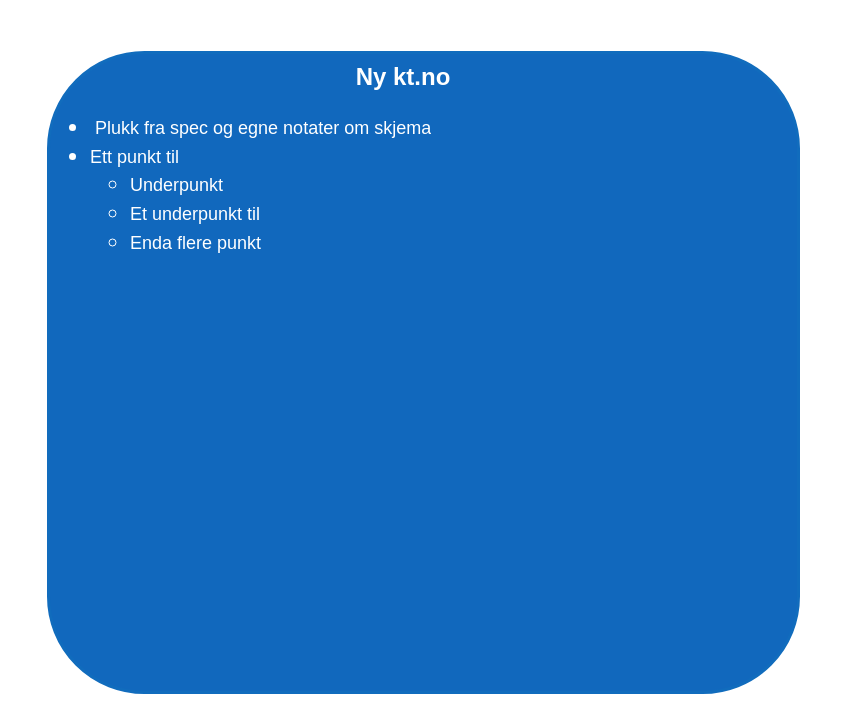
This is page "Ny kt.no" (3 of 14) of .drawio from mortenee/draw.io, a draw.io file, before an edit. Source tidied: cells renumbered, new cells numbered last; positions are measured from the earlier drawing's top-left corner, leaving out a move shared by most shapes. Both pictures are drawn from the tidied source at 100%, with x=0, y=0 at pixel (48, 52).
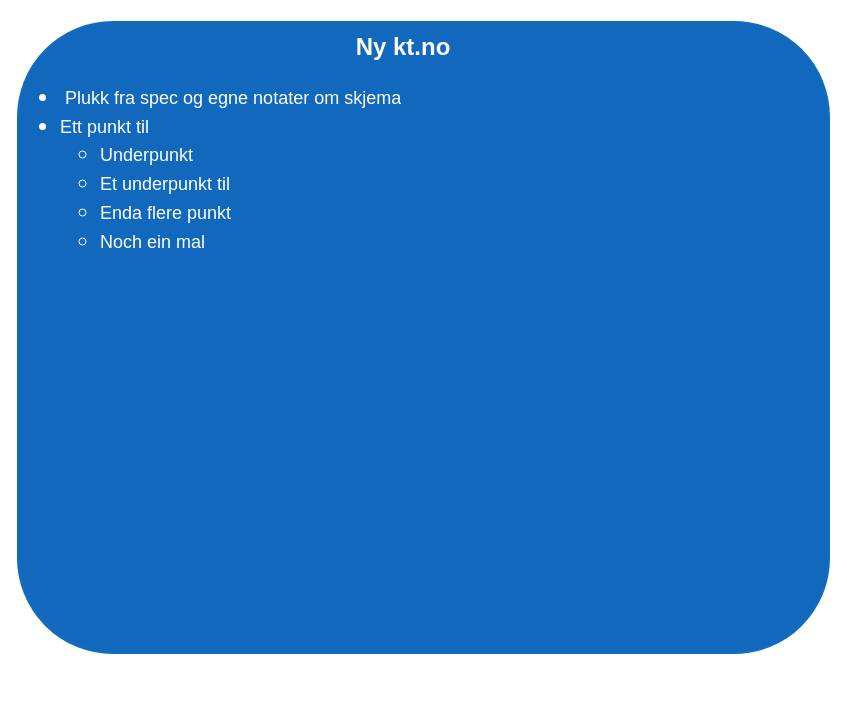
Above is the later version.

What changed in the source:
```diff
@@
 <mxGraphModel>
   <root>
     <mxCell id="0" />
     <mxCell id="1" parent="0" />
-    <mxCell id="2" value="&lt;h1 style=&quot;margin-top: 0px;&quot;&gt;&lt;div&gt;&lt;span style=&quot;font-size: 18px; font-weight: 400;&quot;&gt;&lt;br&gt;&lt;/span&gt;&lt;/div&gt;&lt;ul&gt;&lt;li&gt;&lt;span style=&quot;font-size: 18px; font-weight: 400;&quot;&gt;&amp;nbsp;Plukk fra spec og egne notater om skjema&lt;/span&gt;&lt;/li&gt;&lt;li&gt;&lt;span style=&quot;font-size: 18px; font-weight: 400;&quot;&gt;Ett punkt til&lt;/span&gt;&lt;/li&gt;&lt;ul&gt;&lt;li&gt;&lt;span style=&quot;font-size: 18px; font-weight: 400;&quot;&gt;Underpunkt&lt;/span&gt;&lt;/li&gt;&lt;li&gt;&lt;span style=&quot;font-size: 18px; font-weight: 400;&quot;&gt;Et underpunkt til&lt;/span&gt;&lt;/li&gt;&lt;li&gt;&lt;span style=&quot;font-size: 18px; font-weight: 400;&quot;&gt;Enda flere punkt&lt;/span&gt;&lt;/li&gt;&lt;/ul&gt;&lt;/ul&gt;&lt;/h1&gt;" style="text;html=1;whiteSpace=wrap;overflow=hidden;rounded=1;fillColor=#1168bd;strokeColor=#116cbd;fontColor=#ffffff;fontFamily=Helvetica;fontSize=12;labelBackgroundColor=none;glass=0;shadow=0;strokeWidth=3;" parent="1" vertex="1">
-      <mxGeometry width="750" height="640" as="geometry" />
+    <mxCell id="2" value="&lt;h1 style=&quot;margin-top: 0px;&quot;&gt;&lt;div&gt;&lt;span style=&quot;font-size: 18px; font-weight: 400;&quot;&gt;&lt;br&gt;&lt;/span&gt;&lt;/div&gt;&lt;ul&gt;&lt;li&gt;&lt;span style=&quot;font-size: 18px; font-weight: 400;&quot;&gt;&amp;nbsp;Plukk fra spec og egne notater om skjema&lt;/span&gt;&lt;/li&gt;&lt;li&gt;&lt;span style=&quot;font-size: 18px; font-weight: 400;&quot;&gt;Ett punkt til&lt;/span&gt;&lt;/li&gt;&lt;ul&gt;&lt;li&gt;&lt;span style=&quot;font-size: 18px; font-weight: 400;&quot;&gt;Underpunkt&lt;/span&gt;&lt;/li&gt;&lt;li&gt;&lt;span style=&quot;font-size: 18px; font-weight: 400;&quot;&gt;Et underpunkt til&lt;/span&gt;&lt;/li&gt;&lt;li&gt;&lt;span style=&quot;font-size: 18px; font-weight: 400;&quot;&gt;Enda flere punkt&lt;/span&gt;&lt;/li&gt;&lt;li&gt;&lt;span style=&quot;font-size: 18px; font-weight: 400;&quot;&gt;Noch ein mal&lt;/span&gt;&lt;/li&gt;&lt;/ul&gt;&lt;/ul&gt;&lt;/h1&gt;" style="text;html=1;whiteSpace=wrap;overflow=hidden;rounded=1;fillColor=#1168bd;strokeColor=#116cbd;fontColor=#ffffff;fontFamily=Helvetica;fontSize=12;labelBackgroundColor=none;glass=0;shadow=0;strokeWidth=3;" parent="1" vertex="1">
+      <mxGeometry x="-30" y="-30" width="810" height="630" as="geometry" />
     </mxCell>
     <mxCell id="3" value="&lt;h1&gt;Ny kt.no&lt;/h1&gt;" style="text;html=1;align=center;verticalAlign=middle;whiteSpace=wrap;rounded=0;fontColor=#FFFFFF;" parent="1" vertex="1">
-      <mxGeometry x="290" y="10" width="130" height="30" as="geometry" />
+      <mxGeometry x="290" y="-20" width="130" height="30" as="geometry" />
     </mxCell>
   </root>
 </mxGraphModel>
```
